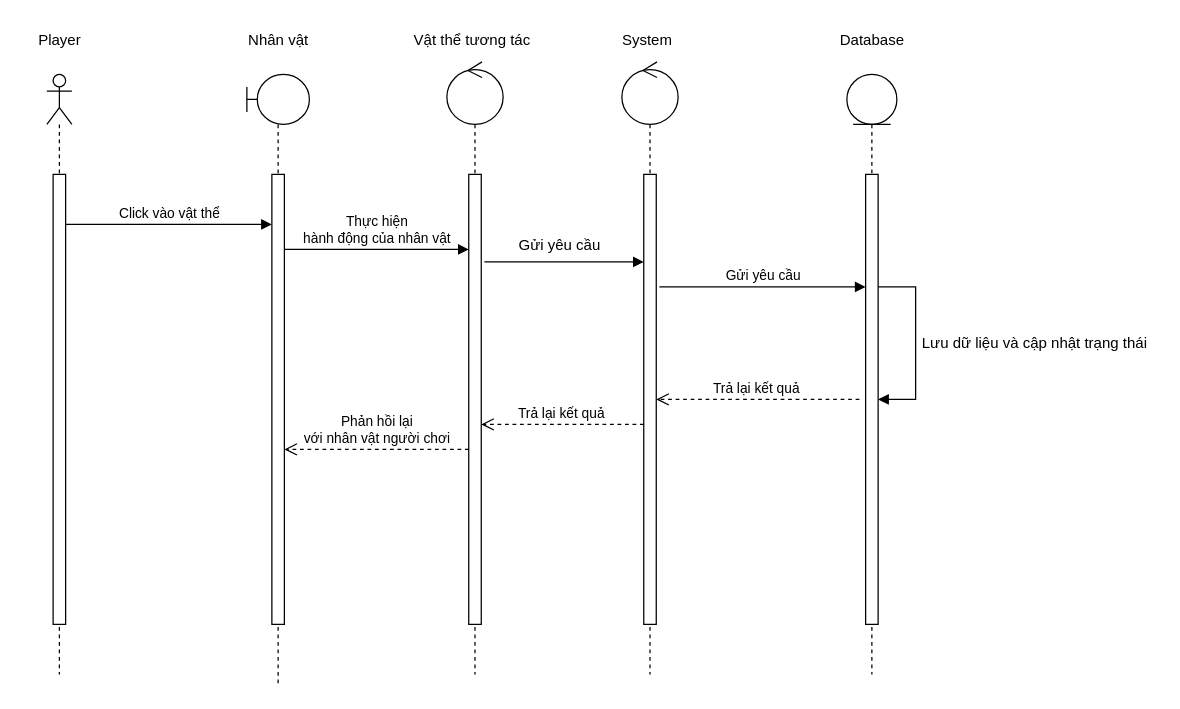
Earlier version of the draw.io diagram SDinteractiing.drawio (pminhtu24/Game-fropig2.0). Source tidied: cells renumbered, new cells numbered last; positions are measured from the earlier drawing's top-left corner, leaving out a move shared by most shapes. Both pictures are drawn from the tidied source at 125%, with x=0, y=0 at pixel (21, 21).
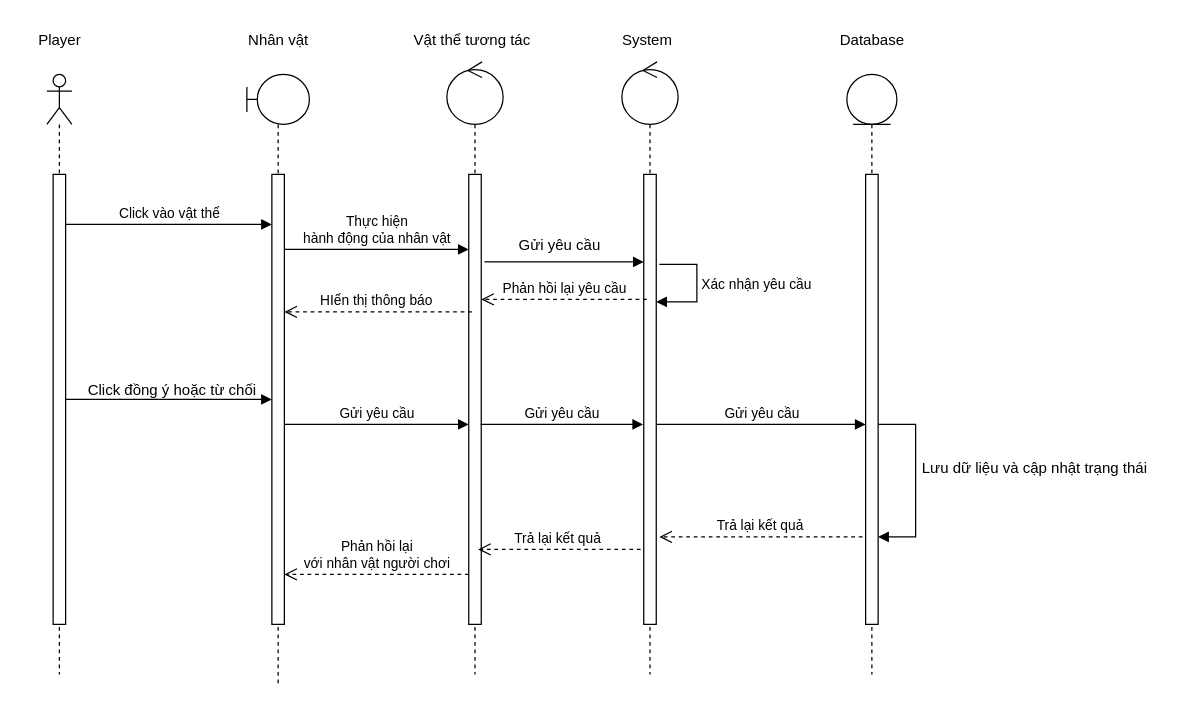
After the change.

The change refers to these unchanged cells:
```xml
<mxCell id="3" style="html=1;points=[[0,0,0,0,5],[0,1,0,0,-5],[1,0,0,0,5],[1,1,0,0,-5]];perimeter=orthogonalPerimeter;outlineConnect=0;targetShapes=umlLifeline;portConstraint=eastwest;newEdgeStyle={&quot;curved&quot;:0,&quot;rounded&quot;:0};" parent="2" vertex="1">
  <mxGeometry x="5" y="80" width="10" height="360" as="geometry" />
</mxCell>
<mxCell id="5" style="html=1;points=[[0,0,0,0,5],[0,1,0,0,-5],[1,0,0,0,5],[1,1,0,0,-5]];perimeter=orthogonalPerimeter;outlineConnect=0;targetShapes=umlLifeline;portConstraint=eastwest;newEdgeStyle={&quot;curved&quot;:0,&quot;rounded&quot;:0};" parent="4" vertex="1">
  <mxGeometry x="20" y="80" width="10" height="360" as="geometry" />
</mxCell>
<mxCell id="7" style="html=1;points=[[0,0,0,0,5],[0,1,0,0,-5],[1,0,0,0,5],[1,1,0,0,-5]];perimeter=orthogonalPerimeter;outlineConnect=0;targetShapes=umlLifeline;portConstraint=eastwest;newEdgeStyle={&quot;curved&quot;:0,&quot;rounded&quot;:0};" parent="6" vertex="1">
  <mxGeometry x="17.5" y="90" width="10" height="360" as="geometry" />
</mxCell>
<mxCell id="9" style="html=1;points=[[0,0,0,0,5],[0,1,0,0,-5],[1,0,0,0,5],[1,1,0,0,-5]];perimeter=orthogonalPerimeter;outlineConnect=0;targetShapes=umlLifeline;portConstraint=eastwest;newEdgeStyle={&quot;curved&quot;:0,&quot;rounded&quot;:0};" parent="8" vertex="1">
  <mxGeometry x="17.5" y="90" width="10" height="360" as="geometry" />
</mxCell>
<mxCell id="11" style="html=1;points=[[0,0,0,0,5],[0,1,0,0,-5],[1,0,0,0,5],[1,1,0,0,-5]];perimeter=orthogonalPerimeter;outlineConnect=0;targetShapes=umlLifeline;portConstraint=eastwest;newEdgeStyle={&quot;curved&quot;:0,&quot;rounded&quot;:0};" parent="10" vertex="1">
  <mxGeometry x="15" y="80" width="10" height="360" as="geometry" />
</mxCell>
```

What changed in the source:
```diff
@@
-    <mxCell id="21" value="Gửi yêu cầu" style="html=1;verticalAlign=bottom;endArrow=block;curved=0;rounded=0;" parent="1" edge="1" target="11">
-      <mxGeometry relative="1" as="geometry">
-        <mxPoint x="510" y="212" as="sourcePoint" />
-      </mxGeometry>
-    </mxCell>
-    <mxCell id="22" style="html=1;align=left;spacingLeft=2;endArrow=block;rounded=0;edgeStyle=orthogonalEdgeStyle;curved=0;rounded=0;" parent="1" edge="1" target="11">
+    <mxCell id="22" style="html=1;align=left;spacingLeft=2;endArrow=block;rounded=0;edgeStyle=orthogonalEdgeStyle;curved=0;rounded=0;" parent="1" edge="1">
       <mxGeometry relative="1" as="geometry">
-        <mxPoint x="685" y="212" as="sourcePoint" />
+        <mxPoint x="685" y="322" as="sourcePoint" />
+        <mxPoint x="685" y="412" as="targetPoint" />
         <Array as="points">
-          <mxPoint x="715" y="212" />
-          <mxPoint x="715" y="302" />
+          <mxPoint x="715" y="322" />
+          <mxPoint x="715" y="412" />
         </Array>
       </mxGeometry>
     </mxCell>
     <mxCell id="23" value="Lưu dữ liệu và cập nhật trạng thái" style="text;html=1;align=center;verticalAlign=middle;strokeColor=none;fillColor=none;" parent="1" vertex="1">
-      <mxGeometry x="710" y="242" width="200" height="30" as="geometry" />
+      <mxGeometry x="710" y="342" width="200" height="30" as="geometry" />
     </mxCell>
-    <mxCell id="24" value="Trả lại kết quả&amp;nbsp;" style="html=1;verticalAlign=bottom;endArrow=open;dashed=1;endSize=8;curved=0;rounded=0;" parent="1" edge="1" target="9">
+    <mxCell id="24" value="Trả lại kết quả&amp;nbsp;" style="html=1;verticalAlign=bottom;endArrow=open;dashed=1;endSize=8;curved=0;rounded=0;" parent="1" edge="1">
       <mxGeometry relative="1" as="geometry">
-        <mxPoint x="670" y="302" as="sourcePoint" />
+        <mxPoint x="672.5" y="412" as="sourcePoint" />
+        <mxPoint x="510" y="412" as="targetPoint" />
       </mxGeometry>
     </mxCell>
-    <mxCell id="25" value="Trả lại kết quả&amp;nbsp;" style="html=1;verticalAlign=bottom;endArrow=open;dashed=1;endSize=8;curved=0;rounded=0;" parent="1" edge="1" source="9" target="7">
+    <mxCell id="25" value="Trả lại kết quả&amp;nbsp;" style="html=1;verticalAlign=bottom;endArrow=open;dashed=1;endSize=8;curved=0;rounded=0;" parent="1" edge="1">
       <mxGeometry relative="1" as="geometry">
+        <mxPoint x="495" y="422" as="sourcePoint" />
+        <mxPoint x="365" y="422" as="targetPoint" />
         <Array as="points">
-          <mxPoint x="430" y="322" />
+          <mxPoint x="427.5" y="422" />
         </Array>
       </mxGeometry>
     </mxCell>
     <mxCell id="26" value="Phản hồi lại &lt;br&gt;với nhân vật người chơi" style="html=1;verticalAlign=bottom;endArrow=open;dashed=1;endSize=8;curved=0;rounded=0;" parent="1" edge="1">
       <mxGeometry relative="1" as="geometry">
-        <mxPoint x="357.5" y="342" as="sourcePoint" />
-        <mxPoint x="210" y="342" as="targetPoint" />
+        <mxPoint x="357.5" y="442" as="sourcePoint" />
+        <mxPoint x="210" y="442" as="targetPoint" />
         <Array as="points">
-          <mxPoint x="290" y="342" />
+          <mxPoint x="290" y="442" />
         </Array>
       </mxGeometry>
     </mxCell>
+    <mxCell id="27" value="Xác nhận yêu cầu" style="html=1;align=left;spacingLeft=2;endArrow=block;rounded=0;edgeStyle=orthogonalEdgeStyle;curved=0;rounded=0;" parent="1" edge="1" target="9">
+      <mxGeometry relative="1" as="geometry">
+        <mxPoint x="510" y="194" as="sourcePoint" />
+        <Array as="points">
+          <mxPoint x="540" y="194" />
+          <mxPoint x="540" y="224" />
+        </Array>
+      </mxGeometry>
+    </mxCell>
+    <mxCell id="28" value="Phản hồi lại yêu cầu" style="html=1;verticalAlign=bottom;endArrow=open;dashed=1;endSize=8;curved=0;rounded=0;" parent="1" edge="1" target="7">
+      <mxGeometry relative="1" as="geometry">
+        <mxPoint x="500" y="222" as="sourcePoint" />
+      </mxGeometry>
+    </mxCell>
+    <mxCell id="29" value="HIển thị thông báo&amp;nbsp;" style="html=1;verticalAlign=bottom;endArrow=open;dashed=1;endSize=8;curved=0;rounded=0;" parent="1" edge="1" target="5">
+      <mxGeometry relative="1" as="geometry">
+        <mxPoint x="360" y="232" as="sourcePoint" />
+      </mxGeometry>
+    </mxCell>
+    <mxCell id="30" style="html=1;verticalAlign=bottom;endArrow=block;curved=0;rounded=0;" parent="1" edge="1" source="3" target="5">
+      <mxGeometry relative="1" as="geometry" />
+    </mxCell>
+    <mxCell id="31" value="Click đồng ý hoặc từ chối" style="text;html=1;align=center;verticalAlign=middle;strokeColor=none;fillColor=none;" parent="1" vertex="1">
+      <mxGeometry x="40" y="280" width="160" height="30" as="geometry" />
+    </mxCell>
+    <mxCell id="32" value="Gửi yêu cầu" style="html=1;verticalAlign=bottom;endArrow=block;curved=0;rounded=0;" parent="1" edge="1" target="7">
+      <mxGeometry relative="1" as="geometry">
+        <mxPoint x="210" y="322" as="sourcePoint" />
+      </mxGeometry>
+    </mxCell>
+    <mxCell id="33" value="Gửi yêu cầu" style="html=1;verticalAlign=bottom;endArrow=block;curved=0;rounded=0;" parent="1" edge="1">
+      <mxGeometry relative="1" as="geometry">
+        <mxPoint x="367" y="322" as="sourcePoint" />
+        <mxPoint x="497" y="322" as="targetPoint" />
+      </mxGeometry>
+    </mxCell>
+    <mxCell id="34" value="Gửi yêu cầu" style="html=1;verticalAlign=bottom;endArrow=block;curved=0;rounded=0;" parent="1" edge="1" target="11">
+      <mxGeometry relative="1" as="geometry">
+        <mxPoint x="508" y="322" as="sourcePoint" />
+      </mxGeometry>
+    </mxCell>
```
